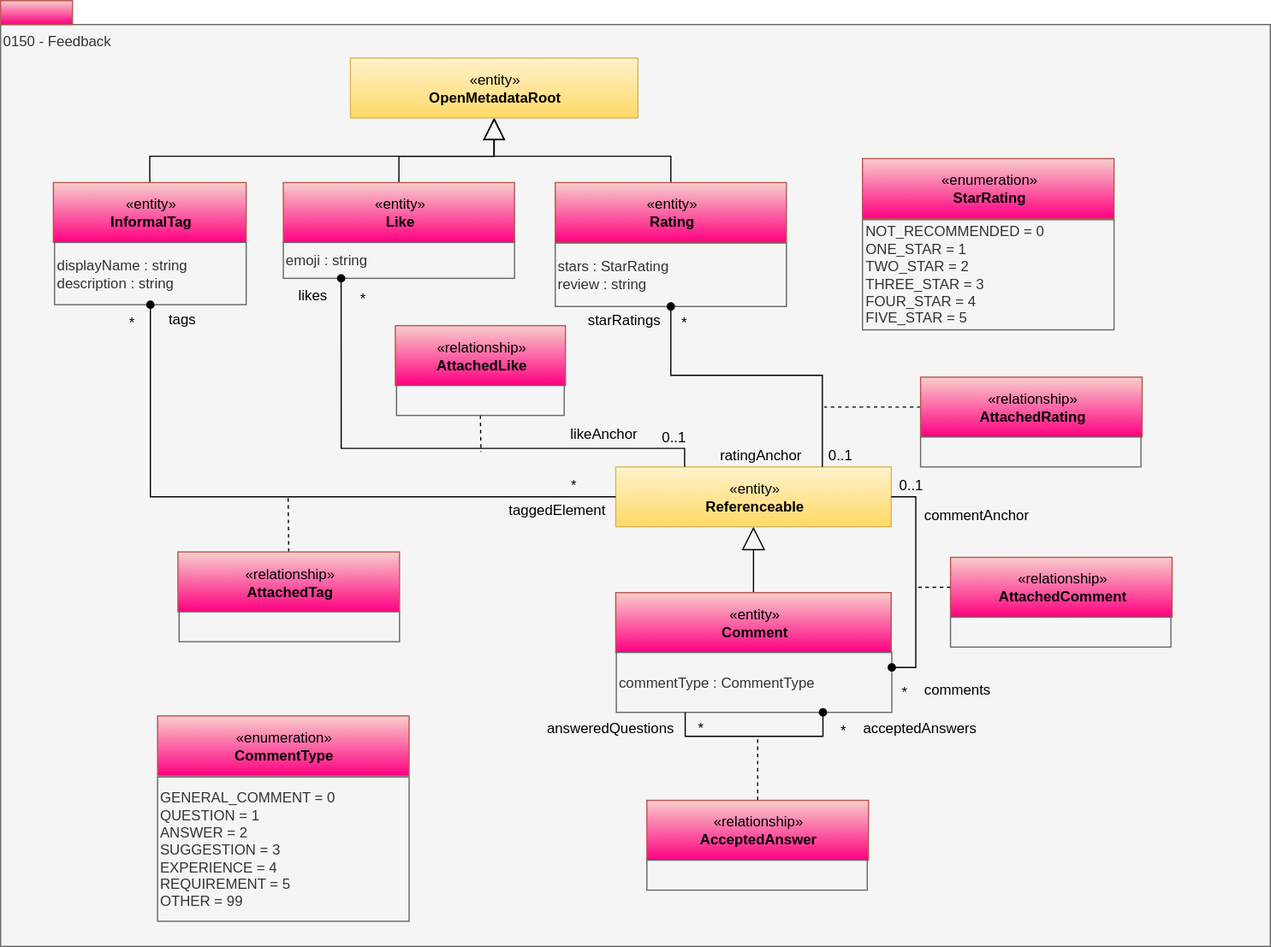
Above: site/docs/types/1/0150-Feedback.svg in odpi/egeria-docs (draw.io), before the change. Source tidied: cells renumbered, new cells last; positions are measured from the earlier drawing's top-left corner, leaving out a move shared by most shapes.
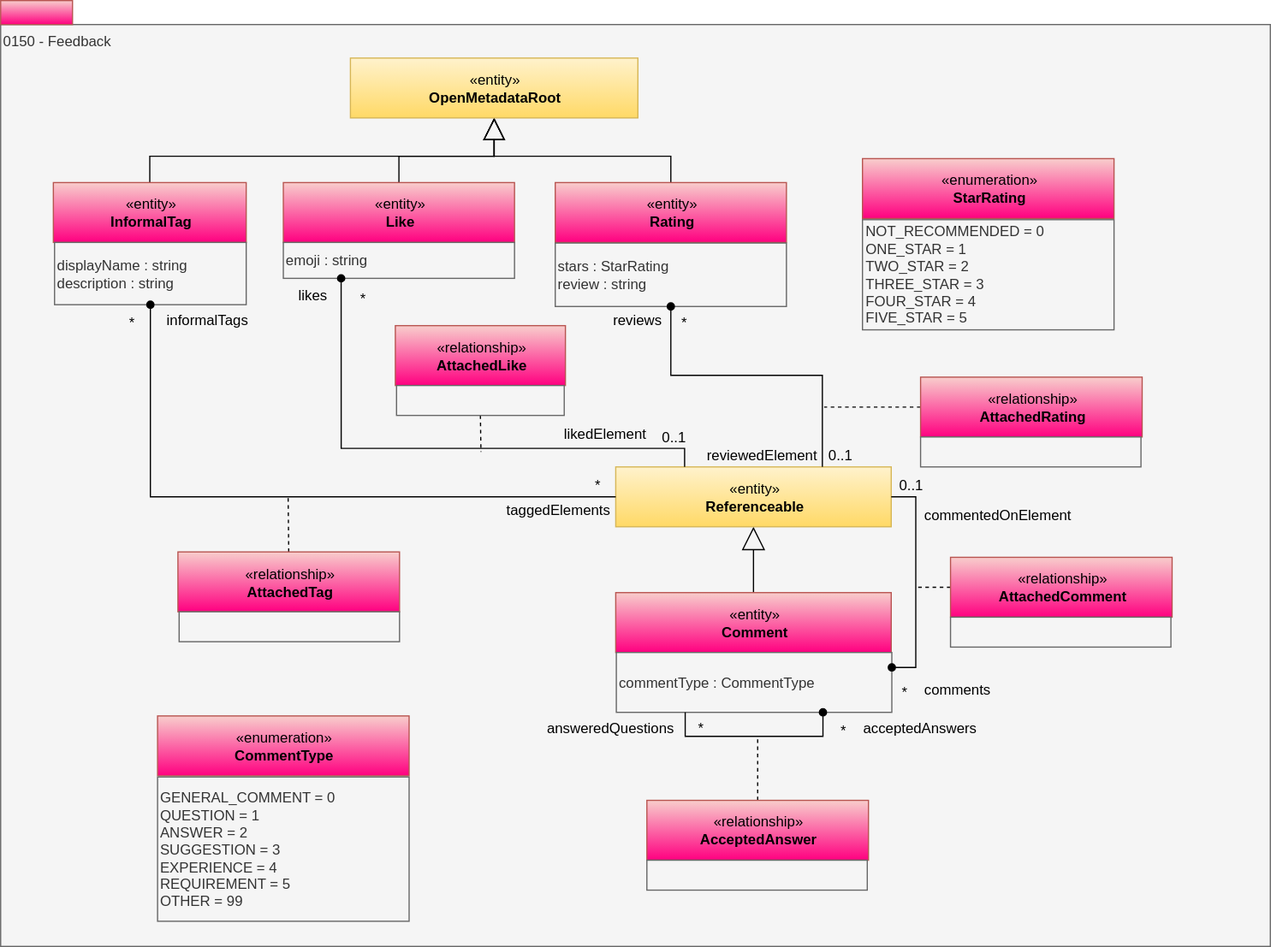
The same file after the commit.

The edit, as a diff of the source:
```diff
@@ -46,8 +46,8 @@
     <mxCell id="15" style="rounded=0;whiteSpace=wrap;html=1;strokeColor=#666666;align=left;fillColor=#f5f5f5;fontColor=#333333;" parent="1" vertex="1">
       <mxGeometry x="793" y="515" width="184" height="25" as="geometry" />
     </mxCell>
-    <mxCell id="16" value="starRatings" style="text;html=1;align=center;verticalAlign=top;spacingTop=-4;" parent="1" vertex="1">
-      <mxGeometry x="479.5" y="257" width="80" height="20" as="geometry" />
+    <mxCell id="16" value="reviews" style="text;html=1;align=center;verticalAlign=top;spacingTop=-4;" parent="1" vertex="1">
+      <mxGeometry x="501" y="257" width="59" height="20" as="geometry" />
     </mxCell>
     <mxCell id="17" value="comments" style="text;html=1;align=left;verticalAlign=top;spacingTop=-4;" parent="1" vertex="1">
       <mxGeometry x="769" y="565.5" width="70" height="20" as="geometry" />
@@ -67,8 +67,8 @@
     <mxCell id="22" value="0..1" style="text;html=1;align=left;verticalAlign=top;spacingTop=-4;" parent="1" vertex="1">
       <mxGeometry x="748" y="394.5" width="40" height="20" as="geometry" />
     </mxCell>
-    <mxCell id="23" value="commentAnchor" style="text;html=1;align=left;verticalAlign=top;spacingTop=-4;" parent="1" vertex="1">
-      <mxGeometry x="769" y="419.5" width="100" height="20" as="geometry" />
+    <mxCell id="23" value="commentedOnElement" style="text;html=1;align=left;verticalAlign=top;spacingTop=-4;" parent="1" vertex="1">
+      <mxGeometry x="769" y="419.5" width="141" height="20" as="geometry" />
     </mxCell>
     <mxCell id="24" style="edgeStyle=orthogonalEdgeStyle;rounded=0;html=1;exitX=0;exitY=0.5;endArrow=none;endFill=0;jettySize=auto;dashed=1;" parent="1" edge="1" source="25">
       <mxGeometry relative="1" as="geometry">
@@ -112,17 +112,17 @@
     <mxCell id="35" value="stars : StarRating&lt;br&gt;review : string" style="rounded=0;whiteSpace=wrap;html=1;align=left;fillColor=#f5f5f5;fontColor=#333333;strokeColor=#666666;" parent="1" vertex="1">
       <mxGeometry x="463" y="202.5" width="193" height="53" as="geometry" />
     </mxCell>
-    <mxCell id="36" value="ratingAnchor" style="text;html=1;align=center;verticalAlign=top;spacingTop=-4;" parent="1" vertex="1">
-      <mxGeometry x="594" y="369.5" width="80" height="20" as="geometry" />
+    <mxCell id="36" value="reviewedElement" style="text;html=1;align=center;verticalAlign=top;spacingTop=-4;" parent="1" vertex="1">
+      <mxGeometry x="580" y="369.5" width="110" height="20" as="geometry" />
     </mxCell>
-    <mxCell id="37" value="likeAnchor" style="text;html=1;align=center;verticalAlign=top;spacingTop=-4;" parent="1" vertex="1">
-      <mxGeometry x="468" y="352" width="70" height="20" as="geometry" />
+    <mxCell id="37" value="likedElement" style="text;html=1;align=center;verticalAlign=top;spacingTop=-4;" parent="1" vertex="1">
+      <mxGeometry x="460" y="352" width="87" height="20" as="geometry" />
     </mxCell>
     <mxCell id="38" value="*" style="text;html=1;align=center;verticalAlign=top;spacingTop=-4;" parent="1" vertex="1">
       <mxGeometry x="99" y="259" width="20" height="20" as="geometry" />
     </mxCell>
-    <mxCell id="39" value="tags" style="text;html=1;align=center;verticalAlign=top;spacingTop=-4;" parent="1" vertex="1">
-      <mxGeometry x="131" y="255.5" width="40" height="20" as="geometry" />
+    <mxCell id="39" value="informalTags" style="text;html=1;align=center;verticalAlign=top;spacingTop=-4;" parent="1" vertex="1">
+      <mxGeometry x="129" y="257" width="86" height="20" as="geometry" />
     </mxCell>
     <mxCell id="40" style="edgeStyle=orthogonalEdgeStyle;rounded=0;jettySize=auto;html=1;exitX=0.5;exitY=0;exitDx=0;exitDy=0;entryX=0.5;entryY=1;entryDx=0;entryDy=0;endArrow=block;endFill=0;endSize=16;" parent="1" edge="1" source="41" target="57">
       <mxGeometry relative="1" as="geometry" />
@@ -139,11 +139,11 @@
     <mxCell id="44" value="*" style="text;html=1;align=center;verticalAlign=top;spacingTop=-4;" parent="1" vertex="1">
       <mxGeometry x="292" y="239" width="20" height="20" as="geometry" />
     </mxCell>
-    <mxCell id="45" value="taggedElement" style="text;html=1;align=center;verticalAlign=top;spacingTop=-4;" parent="1" vertex="1">
-      <mxGeometry x="414" y="416" width="100" height="20" as="geometry" />
+    <mxCell id="45" value="taggedElements" style="text;html=1;align=center;verticalAlign=top;spacingTop=-4;" parent="1" vertex="1">
+      <mxGeometry x="412" y="416" width="105" height="20" as="geometry" />
     </mxCell>
     <mxCell id="46" value="*" style="text;html=1;align=left;verticalAlign=top;spacingTop=-4;" parent="1" vertex="1">
-      <mxGeometry x="473.5" y="394.5" width="20" height="20" as="geometry" />
+      <mxGeometry x="493.5" y="394.5" width="20" height="20" as="geometry" />
     </mxCell>
     <mxCell id="47" value="0..1" style="text;html=1;align=left;verticalAlign=top;spacingTop=-4;" parent="1" vertex="1">
       <mxGeometry x="549.5" y="354.5" width="40" height="20" as="geometry" />
```
